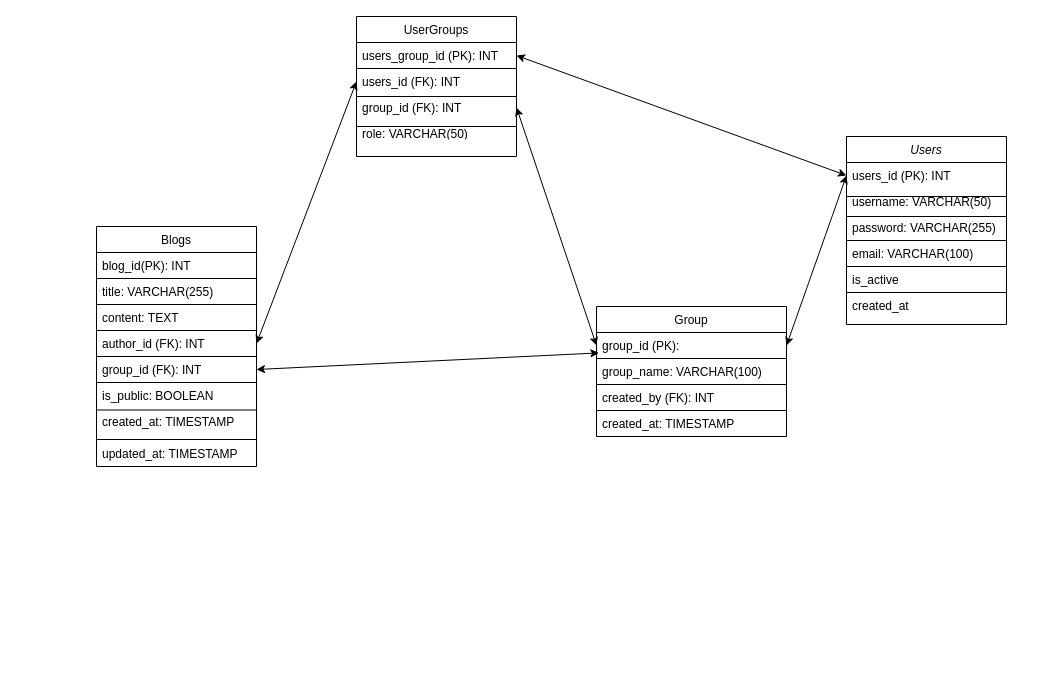
This is Biểuđồ.drawio from PhuongDaiThang/groupManagement, a draw.io file, before an edit. Source tidied: cells renumbered, new cells numbered last; positions are measured from the earlier drawing's top-left corner, leaving out a move shared by most shapes. Both pictures are drawn from the tidied source at 100%, with x=0, y=0 at pixel (96, 16).
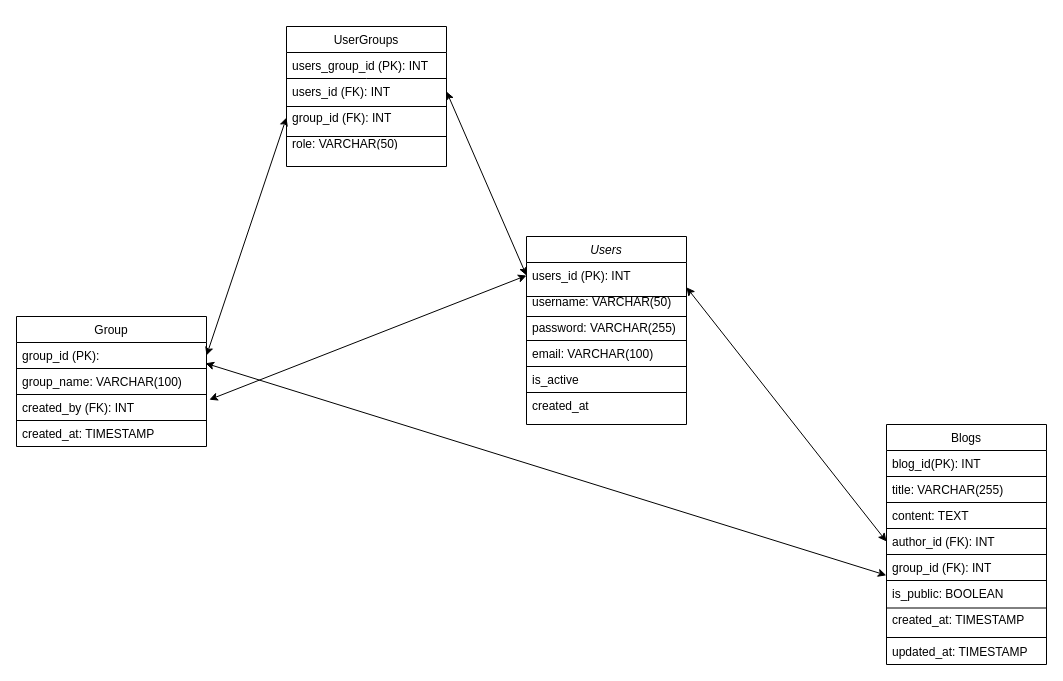
The same page after the edit.

Commit message:
Cập nhật Biểuđồ.drawio

Unchanged cells that the change refers to:
```xml
<mxCell id="3" value="users_id (PK): INT" style="text;align=left;verticalAlign=top;spacingLeft=4;spacingRight=4;overflow=hidden;points=[[0,0.5],[1,0.5]];portConstraint=eastwest;" parent="2" vertex="1">
  <mxGeometry y="26" width="160" height="26" as="geometry" />
</mxCell>
<mxCell id="15" value="users_group_id (PK): INT" style="text;align=left;verticalAlign=top;spacingLeft=4;spacingRight=4;overflow=hidden;points=[[0,0.5],[1,0.5]];portConstraint=eastwest;" parent="14" vertex="1">
  <mxGeometry y="26" width="160" height="26" as="geometry" />
</mxCell>
<mxCell id="17" value="users_id (FK): INT" style="text;align=left;verticalAlign=top;spacingLeft=4;spacingRight=4;overflow=hidden;points=[[0,0.5],[1,0.5]];portConstraint=eastwest;rounded=0;shadow=0;html=0;" parent="14" vertex="1">
  <mxGeometry y="52" width="160" height="26" as="geometry" />
</mxCell>
<mxCell id="19" value="group_id (FK): INT" style="text;align=left;verticalAlign=top;spacingLeft=4;spacingRight=4;overflow=hidden;points=[[0,0.5],[1,0.5]];portConstraint=eastwest;" parent="14" vertex="1">
  <mxGeometry y="78" width="160" height="26" as="geometry" />
</mxCell>
<mxCell id="29" value="author_id (FK): INT" style="text;align=left;verticalAlign=top;spacingLeft=4;spacingRight=4;overflow=hidden;points=[[0,0.5],[1,0.5]];portConstraint=eastwest;" parent="22" vertex="1">
  <mxGeometry y="104" width="160" height="26" as="geometry" />
</mxCell>
<mxCell id="31" value="group_id (FK): INT" style="text;align=left;verticalAlign=top;spacingLeft=4;spacingRight=4;overflow=hidden;points=[[0,0.5],[1,0.5]];portConstraint=eastwest;" parent="22" vertex="1">
  <mxGeometry y="130" width="160" height="26" as="geometry" />
</mxCell>
<mxCell id="39" value="group_id (PK): " style="text;align=left;verticalAlign=top;spacingLeft=4;spacingRight=4;overflow=hidden;points=[[0,0.5],[1,0.5]];portConstraint=eastwest;" parent="38" vertex="1">
  <mxGeometry y="26" width="190" height="26" as="geometry" />
</mxCell>
<mxCell id="43" value="created_by (FK): INT" style="text;align=left;verticalAlign=top;spacingLeft=4;spacingRight=4;overflow=hidden;points=[[0,0.5],[1,0.5]];portConstraint=eastwest;rounded=0;shadow=0;html=0;" parent="38" vertex="1">
  <mxGeometry y="78" width="190" height="26" as="geometry" />
</mxCell>
```

Change to the diagram source:
```diff
@@
     <mxCell id="2" value="Users" style="swimlane;fontStyle=2;align=center;verticalAlign=top;horizontal=1;startSize=26;rounded=0;shadow=0;strokeWidth=1;" parent="1" vertex="1">
-      <mxGeometry x="750" y="120" width="160" height="188" as="geometry" />
+      <mxGeometry x="430" y="220" width="160" height="188" as="geometry" />
     </mxCell>
@@
     <mxCell id="14" value="UserGroups" style="swimlane;fontStyle=0;align=center;verticalAlign=top;horizontal=1;startSize=26;rounded=0;shadow=0;strokeWidth=1;" parent="1" vertex="1">
-      <mxGeometry x="260" width="160" height="140" as="geometry" />
+      <mxGeometry x="190" y="10" width="160" height="140" as="geometry" />
     </mxCell>
@@
     <mxCell id="22" value="Blogs" style="swimlane;fontStyle=0;align=center;verticalAlign=top;horizontal=1;startSize=26;rounded=0;shadow=0;strokeWidth=1;" parent="1" vertex="1">
-      <mxGeometry y="210" width="160" height="240" as="geometry" />
+      <mxGeometry x="790" y="408" width="160" height="240" as="geometry" />
     </mxCell>
@@
     <mxCell id="38" value="Group" style="swimlane;fontStyle=0;align=center;verticalAlign=top;horizontal=1;startSize=26;rounded=0;shadow=0;strokeWidth=1;" parent="1" vertex="1">
-      <mxGeometry x="500" y="290" width="190" height="130" as="geometry" />
+      <mxGeometry x="-80" y="300" width="190" height="130" as="geometry" />
     </mxCell>
@@
-    <mxCell id="46" style="endArrow=classic;startArrow=classic;html=1;rounded=0;entryX=0;entryY=0.5;entryDx=0;entryDy=0;exitX=1;exitY=0.5;exitDx=0;exitDy=0;" parent="1" edge="1" source="15" target="3">
-      <mxGeometry relative="1" as="geometry" />
-    </mxCell>
-    <mxCell id="47" style="endArrow=classic;startArrow=classic;html=1;rounded=0;entryX=0;entryY=0.5;entryDx=0;entryDy=0;exitX=1;exitY=0.5;exitDx=0;exitDy=0;" parent="1" edge="1" source="39" target="3">
+    <mxCell id="47" style="endArrow=classic;startArrow=classic;html=1;rounded=0;entryX=0;entryY=0.5;entryDx=0;entryDy=0;exitX=1.015;exitY=0.2;exitDx=0;exitDy=0;exitPerimeter=0;" parent="1" edge="1" source="43" target="3">
       <mxGeometry relative="1" as="geometry" />
     </mxCell>
+    <mxCell id="51" style="endArrow=classic;startArrow=classic;html=1;rounded=0;entryX=0;entryY=0.5;entryDx=0;entryDy=0;exitX=1;exitY=0.954;exitDx=0;exitDy=0;exitPerimeter=0;" parent="1" edge="1" source="3" target="29">
+      <mxGeometry relative="1" as="geometry" />
+    </mxCell>
+    <mxCell id="52" style="endArrow=classic;startArrow=classic;html=1;rounded=0;entryX=1;entryY=0.5;entryDx=0;entryDy=0;exitX=0;exitY=0.5;exitDx=0;exitDy=0;" parent="1" edge="1" source="3" target="17">
+      <mxGeometry relative="1" as="geometry" />
+    </mxCell>
-    <mxCell id="48" style="endArrow=classic;startArrow=classic;html=1;rounded=0;entryX=1;entryY=0.5;entryDx=0;entryDy=0;exitX=0;exitY=0.5;exitDx=0;exitDy=0;" parent="1" edge="1" source="39" target="19">
+    <mxCell id="48" style="endArrow=classic;startArrow=classic;html=1;rounded=0;entryX=0;entryY=0.5;entryDx=0;entryDy=0;exitX=1;exitY=0.5;exitDx=0;exitDy=0;" parent="1" edge="1" source="39" target="19">
       <mxGeometry relative="1" as="geometry" />
     </mxCell>
-    <mxCell id="49" style="endArrow=classic;startArrow=classic;html=1;rounded=0;entryX=1;entryY=0.5;entryDx=0;entryDy=0;exitX=0.013;exitY=0.785;exitDx=0;exitDy=0;exitPerimeter=0;" parent="1" edge="1" source="39" target="31">
+    <mxCell id="49" style="endArrow=classic;startArrow=classic;html=1;rounded=0;entryX=-0.001;entryY=0.8;entryDx=0;entryDy=0;exitX=0.995;exitY=0.8;exitDx=0;exitDy=0;exitPerimeter=0;entryPerimeter=0;" parent="1" edge="1" source="39" target="31">
       <mxGeometry relative="1" as="geometry" />
     </mxCell>
-    <mxCell id="50" style="endArrow=classic;startArrow=classic;html=1;rounded=0;entryX=0;entryY=0.5;entryDx=0;entryDy=0;exitX=1;exitY=0.5;exitDx=0;exitDy=0;" parent="1" edge="1" source="29" target="17">
-      <mxGeometry relative="1" as="geometry" />
-    </mxCell>
```
